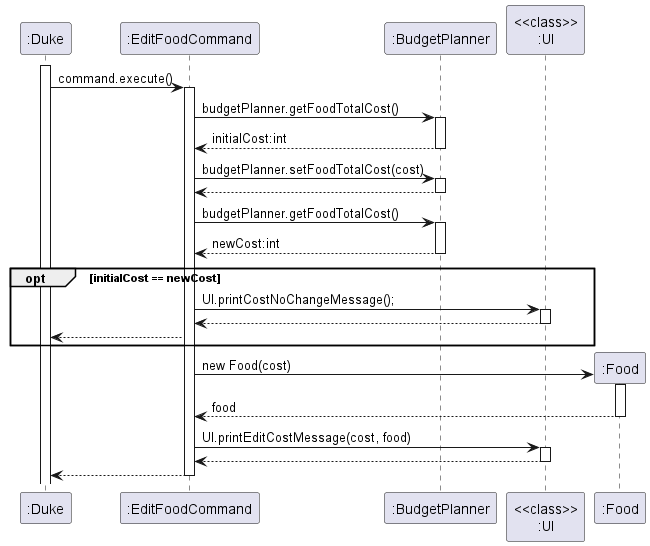
Above: docs/diagrams/budget/EditFoodCommand.png in nus-cs2113-AY2223S2/tp (PlantUML), before the change. Source of this version:
```plantuml
@startuml
activate ":Duke"
":Duke" -> ":EditFoodCommand" : command.execute()
activate ":EditFoodCommand"
":EditFoodCommand" -> ":BudgetPlanner" : budgetPlanner.getFoodTotalCost()
activate ":BudgetPlanner"
":EditFoodCommand" <-- ":BudgetPlanner" : initialCost:int
deactivate ":BudgetPlanner"
":EditFoodCommand" -> ":BudgetPlanner" : budgetPlanner.setFoodTotalCost(cost)
activate ":BudgetPlanner"
":EditFoodCommand" <-- ":BudgetPlanner"
deactivate ":BudgetPlanner"
":EditFoodCommand" -> ":BudgetPlanner" : budgetPlanner.getFoodTotalCost()
activate ":BudgetPlanner"
":EditFoodCommand" <-- ":BudgetPlanner" : newCost:int
deactivate ":BudgetPlanner"
opt initialCost == newCost
":EditFoodCommand" -> "<<class>>\n:UI" : UI.printCostNoChangeMessage();
activate "<<class>>\n:UI"
":EditFoodCommand" <-- "<<class>>\n:UI"
deactivate "<<class>>\n:UI"
":EditFoodCommand" --> ":Duke"
end
create ":Food"
":EditFoodCommand" -> ":Food" : new Food(cost)
activate ":Food"
":EditFoodCommand" <-- ":Food" : food
deactivate ":Food"
":EditFoodCommand" -> "<<class>>\n:UI" : UI.printEditCostMessage(cost, food)
activate "<<class>>\n:UI"
":EditFoodCommand" <-- "<<class>>\n:UI"
deactivate "<<class>>\n:UI"
":EditFoodCommand" --> ":Duke"
deactivate ":EditFoodCommand"
@enduml
```
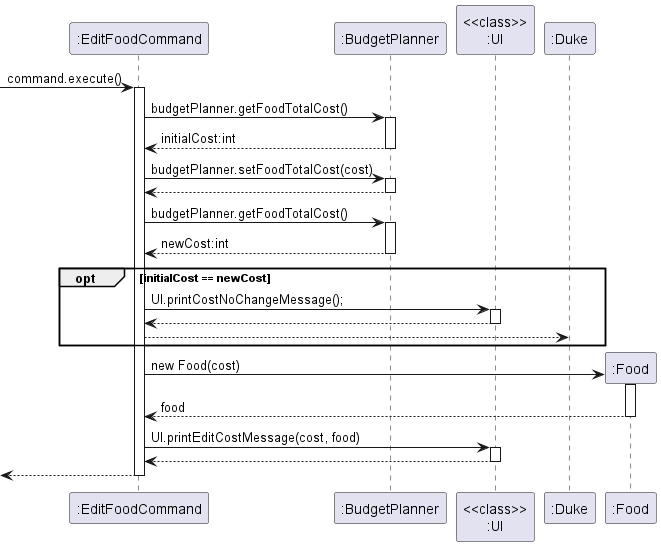
Later version of the same file.

Commit message:
Remove Duke from diagrams

Diff of the diagram source:
```diff
@@ -1,6 +1,5 @@
 @startuml
-activate ":Duke"
-":Duke" -> ":EditFoodCommand" : command.execute()
+-> ":EditFoodCommand" : command.execute()
 activate ":EditFoodCommand"
 ":EditFoodCommand" -> ":BudgetPlanner" : budgetPlanner.getFoodTotalCost()
 activate ":BudgetPlanner"
@@ -30,6 +29,6 @@
 activate "<<class>>\n:UI"
 ":EditFoodCommand" <-- "<<class>>\n:UI"
 deactivate "<<class>>\n:UI"
-":EditFoodCommand" --> ":Duke"
+<-- ":EditFoodCommand"
 deactivate ":EditFoodCommand"
 @enduml
```
